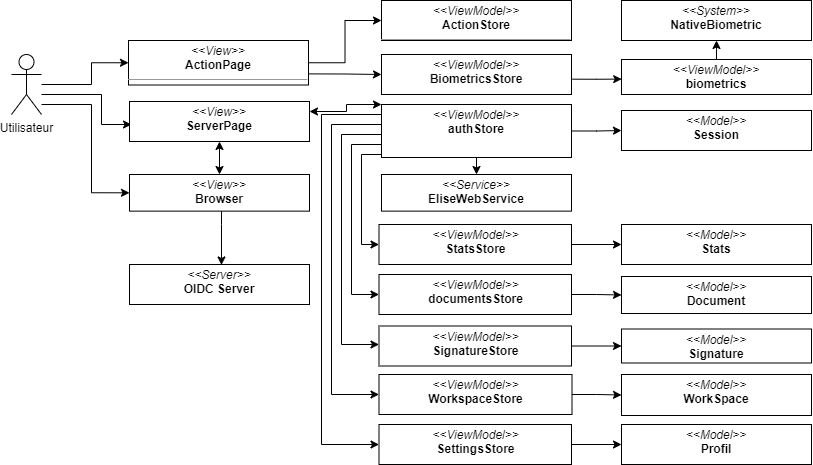
The draw.io diagram images_pfe/dca_sprint5.png in PFE-Neoledge-2023/rapport, before a commit. Source tidied: cells renumbered, new cells last; positions are measured from the earlier drawing's top-left corner, leaving out a move shared by most shapes.
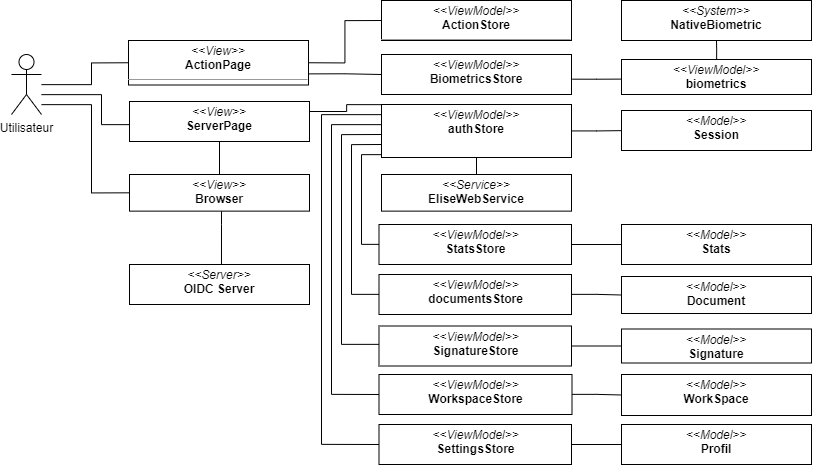
After the change.

What changed in the source:
```diff
@@ -2,7 +2,7 @@
   <root>
     <mxCell id="0" />
     <mxCell id="1" parent="0" />
-    <mxCell id="2" style="edgeStyle=orthogonalEdgeStyle;rounded=0;jettySize=auto;html=1;entryX=0.011;entryY=0.575;entryDx=0;entryDy=0;entryPerimeter=0;" parent="1" edge="1" source="5" target="8">
+    <mxCell id="2" style="edgeStyle=orthogonalEdgeStyle;rounded=0;jettySize=auto;html=1;entryX=0.011;entryY=0.575;entryDx=0;entryDy=0;entryPerimeter=0;endArrow=none;endFill=0;" parent="1" edge="1" source="5" target="8">
       <mxGeometry relative="1" as="geometry">
         <Array as="points">
           <mxPoint x="90" y="94" />
@@ -14,7 +14,7 @@
         </Array>
       </mxGeometry>
     </mxCell>
-    <mxCell id="3" style="edgeStyle=orthogonalEdgeStyle;html=1;entryX=0;entryY=0.5;entryDx=0;entryDy=0;rounded=0;" parent="1" edge="1" source="5" target="19">
+    <mxCell id="3" style="edgeStyle=orthogonalEdgeStyle;html=1;entryX=0;entryY=0.5;entryDx=0;entryDy=0;rounded=0;endArrow=none;endFill=0;" parent="1" edge="1" source="5" target="19">
       <mxGeometry relative="1" as="geometry">
         <Array as="points">
           <mxPoint x="80" y="84" />
@@ -22,7 +22,7 @@
         </Array>
       </mxGeometry>
     </mxCell>
-    <mxCell id="4" style="edgeStyle=orthogonalEdgeStyle;rounded=0;html=1;entryX=0;entryY=0.5;entryDx=0;entryDy=0;" parent="1" edge="1" source="5" target="27">
+    <mxCell id="4" style="edgeStyle=orthogonalEdgeStyle;rounded=0;html=1;entryX=0;entryY=0.5;entryDx=0;entryDy=0;endArrow=none;endFill=0;" parent="1" edge="1" source="5" target="27">
       <mxGeometry relative="1" as="geometry">
         <Array as="points">
           <mxPoint x="80" y="104" />
@@ -33,7 +33,7 @@
     <mxCell id="5" value="Utilisateur" style="shape=umlActor;verticalLabelPosition=bottom;verticalAlign=top;html=1;outlineConnect=0;" parent="1" vertex="1">
       <mxGeometry y="54" width="30" height="60" as="geometry" />
     </mxCell>
-    <mxCell id="6" style="edgeStyle=orthogonalEdgeStyle;html=1;exitX=1;exitY=0.25;exitDx=0;exitDy=0;startArrow=classic;startFill=1;endArrow=classic;endFill=1;rounded=0;" parent="1" edge="1" source="8" target="13">
+    <mxCell id="6" style="edgeStyle=orthogonalEdgeStyle;html=1;exitX=1;exitY=0.25;exitDx=0;exitDy=0;startArrow=none;startFill=0;endArrow=none;endFill=0;rounded=0;" parent="1" edge="1" source="8" target="13">
       <mxGeometry relative="1" as="geometry">
         <Array as="points">
           <mxPoint x="335" y="111" />
@@ -41,16 +41,16 @@
         </Array>
       </mxGeometry>
     </mxCell>
-    <mxCell id="7" style="edgeStyle=orthogonalEdgeStyle;rounded=0;html=1;entryX=0.5;entryY=0;entryDx=0;entryDy=0;startArrow=classic;startFill=1;" parent="1" edge="1" source="8" target="27">
+    <mxCell id="7" style="edgeStyle=orthogonalEdgeStyle;rounded=0;html=1;entryX=0.5;entryY=0;entryDx=0;entryDy=0;startArrow=none;startFill=0;endArrow=none;endFill=0;" parent="1" edge="1" source="8" target="27">
       <mxGeometry relative="1" as="geometry" />
     </mxCell>
     <mxCell id="8" value="&lt;p style=&quot;margin:0px;margin-top:4px;text-align:center;&quot;&gt;&lt;i&gt;&amp;lt;&amp;lt;View&amp;gt;&amp;gt;&lt;/i&gt;&lt;br&gt;&lt;b&gt;ServerPage&lt;/b&gt;&lt;/p&gt;&lt;p style=&quot;border-color: var(--border-color); margin: 0px 0px 0px 4px;&quot;&gt;&lt;br&gt;&lt;/p&gt;" style="verticalAlign=top;align=left;overflow=fill;fontSize=12;fontFamily=Helvetica;html=1;whiteSpace=wrap;" parent="1" vertex="1">
       <mxGeometry x="118" y="101" width="180" height="40" as="geometry" />
     </mxCell>
-    <mxCell id="9" style="edgeStyle=orthogonalEdgeStyle;rounded=0;jettySize=auto;html=1;startArrow=none;startFill=0;endArrow=classic;endFill=1;" parent="1" edge="1" source="13" target="14">
+    <mxCell id="9" style="edgeStyle=orthogonalEdgeStyle;rounded=0;jettySize=auto;html=1;startArrow=none;startFill=0;endArrow=none;endFill=0;" parent="1" edge="1" source="13" target="14">
       <mxGeometry relative="1" as="geometry" />
     </mxCell>
-    <mxCell id="10" style="edgeStyle=orthogonalEdgeStyle;html=1;startArrow=none;startFill=0;rounded=0;" parent="1" edge="1" source="13" target="42">
+    <mxCell id="10" style="edgeStyle=orthogonalEdgeStyle;html=1;startArrow=none;startFill=0;rounded=0;endArrow=none;endFill=0;" parent="1" edge="1" source="13" target="42">
       <mxGeometry relative="1" as="geometry">
         <Array as="points">
           <mxPoint x="350" y="154" />
@@ -58,7 +58,7 @@
         </Array>
       </mxGeometry>
     </mxCell>
-    <mxCell id="11" style="edgeStyle=orthogonalEdgeStyle;rounded=0;html=1;entryX=0;entryY=0.5;entryDx=0;entryDy=0;startArrow=none;startFill=0;" parent="1" edge="1" source="13" target="33">
+    <mxCell id="11" style="edgeStyle=orthogonalEdgeStyle;rounded=0;html=1;entryX=0;entryY=0.5;entryDx=0;entryDy=0;startArrow=none;startFill=0;endArrow=none;endFill=0;" parent="1" edge="1" source="13" target="33">
       <mxGeometry relative="1" as="geometry">
         <Array as="points">
           <mxPoint x="320" y="124" />
@@ -66,7 +66,7 @@
         </Array>
       </mxGeometry>
     </mxCell>
-    <mxCell id="12" style="edgeStyle=orthogonalEdgeStyle;rounded=0;html=1;entryX=0;entryY=0.5;entryDx=0;entryDy=0;startArrow=none;startFill=0;" parent="1" edge="1" source="13" target="30">
+    <mxCell id="12" style="edgeStyle=orthogonalEdgeStyle;rounded=0;html=1;entryX=0;entryY=0.5;entryDx=0;entryDy=0;startArrow=none;startFill=0;endArrow=none;endFill=0;" parent="1" edge="1" source="13" target="30">
       <mxGeometry relative="1" as="geometry">
         <Array as="points">
           <mxPoint x="310" y="114" />
@@ -80,7 +80,7 @@
     <mxCell id="14" value="&lt;p style=&quot;margin:0px;margin-top:4px;text-align:center;&quot;&gt;&lt;i&gt;&amp;lt;&amp;lt;Model&amp;gt;&amp;gt;&lt;/i&gt;&lt;br&gt;&lt;b&gt;Session&lt;/b&gt;&lt;/p&gt;&lt;p style=&quot;margin:0px;margin-left:4px;&quot;&gt;&lt;br&gt;&lt;/p&gt;&lt;p style=&quot;margin:0px;margin-left:4px;&quot;&gt;&lt;br&gt;&lt;/p&gt;" style="verticalAlign=top;align=left;overflow=fill;fontSize=12;fontFamily=Helvetica;html=1;whiteSpace=wrap;" parent="1" vertex="1">
       <mxGeometry x="610" y="110" width="190" height="40" as="geometry" />
     </mxCell>
-    <mxCell id="15" style="edgeStyle=orthogonalEdgeStyle;rounded=0;jettySize=auto;html=1;entryX=0.5;entryY=1;entryDx=0;entryDy=0;startArrow=classic;startFill=1;endArrow=none;endFill=0;" parent="1" edge="1" source="16" target="13">
+    <mxCell id="15" style="edgeStyle=orthogonalEdgeStyle;rounded=0;jettySize=auto;html=1;entryX=0.5;entryY=1;entryDx=0;entryDy=0;startArrow=none;startFill=0;endArrow=none;endFill=0;" parent="1" edge="1" source="16" target="13">
       <mxGeometry relative="1" as="geometry">
         <Array as="points">
           <mxPoint x="465" y="174" />
@@ -91,10 +91,10 @@
     <mxCell id="16" value="&lt;p style=&quot;margin:0px;margin-top:4px;text-align:center;&quot;&gt;&lt;i&gt;&amp;lt;&amp;lt;Service&amp;gt;&amp;gt;&lt;/i&gt;&lt;br&gt;&lt;b&gt;EliseWebService&lt;/b&gt;&lt;/p&gt;&lt;p style=&quot;margin:0px;margin-left:4px;&quot;&gt;&lt;br&gt;&lt;/p&gt;" style="verticalAlign=top;align=left;overflow=fill;fontSize=12;fontFamily=Helvetica;html=1;whiteSpace=wrap;" parent="1" vertex="1">
       <mxGeometry x="370" y="174" width="190" height="36.6" as="geometry" />
     </mxCell>
-    <mxCell id="17" style="edgeStyle=orthogonalEdgeStyle;html=1;exitX=1;exitY=0.5;exitDx=0;exitDy=0;entryX=0;entryY=0.5;entryDx=0;entryDy=0;rounded=0;" parent="1" edge="1" source="19" target="20">
+    <mxCell id="17" style="edgeStyle=orthogonalEdgeStyle;html=1;exitX=1;exitY=0.5;exitDx=0;exitDy=0;entryX=0;entryY=0.5;entryDx=0;entryDy=0;rounded=0;endArrow=none;endFill=0;" parent="1" edge="1" source="19" target="20">
       <mxGeometry relative="1" as="geometry" />
     </mxCell>
-    <mxCell id="18" style="edgeStyle=orthogonalEdgeStyle;html=1;entryX=0;entryY=0.5;entryDx=0;entryDy=0;exitX=1;exitY=0.75;exitDx=0;exitDy=0;rounded=0;" parent="1" edge="1" source="19" target="22">
+    <mxCell id="18" style="edgeStyle=orthogonalEdgeStyle;html=1;entryX=0;entryY=0.5;entryDx=0;entryDy=0;exitX=1;exitY=0.75;exitDx=0;exitDy=0;rounded=0;endArrow=none;endFill=0;" parent="1" edge="1" source="19" target="22">
       <mxGeometry relative="1" as="geometry" />
     </mxCell>
     <mxCell id="19" value="&lt;p style=&quot;margin:0px;margin-top:4px;text-align:center;&quot;&gt;&lt;i&gt;&amp;lt;&amp;lt;View&amp;gt;&amp;gt;&lt;/i&gt;&lt;br&gt;&lt;b&gt;ActionPage&lt;/b&gt;&lt;/p&gt;&lt;hr style=&quot;border-color: var(--border-color);&quot; size=&quot;1&quot;&gt;&lt;p style=&quot;border-color: var(--border-color); margin: 0px 0px 0px 4px;&quot;&gt;&lt;br&gt;&lt;/p&gt;" style="verticalAlign=top;align=left;overflow=fill;fontSize=12;fontFamily=Helvetica;html=1;whiteSpace=wrap;" parent="1" vertex="1">
@@ -103,13 +103,13 @@
     <mxCell id="20" value="&lt;p style=&quot;margin:0px;margin-top:4px;text-align:center;&quot;&gt;&lt;i&gt;&amp;lt;&amp;lt;ViewModel&amp;gt;&amp;gt;&lt;/i&gt;&lt;br&gt;&lt;b&gt;ActionStore&lt;/b&gt;&lt;/p&gt;&lt;hr size=&quot;1&quot;&gt;&lt;p style=&quot;margin:0px;margin-left:4px;&quot;&gt;&lt;/p&gt;&lt;p style=&quot;margin:0px;margin-left:4px;&quot;&gt;&lt;br&gt;&lt;/p&gt;" style="verticalAlign=top;align=left;overflow=fill;fontSize=12;fontFamily=Helvetica;html=1;whiteSpace=wrap;" parent="1" vertex="1">
       <mxGeometry x="370" width="190" height="40" as="geometry" />
     </mxCell>
-    <mxCell id="21" style="edgeStyle=orthogonalEdgeStyle;rounded=0;html=1;entryX=0.001;entryY=0.56;entryDx=0;entryDy=0;exitX=1.005;exitY=0.617;exitDx=0;exitDy=0;exitPerimeter=0;entryPerimeter=0;" parent="1" edge="1" source="22" target="24">
+    <mxCell id="21" style="edgeStyle=orthogonalEdgeStyle;rounded=0;html=1;entryX=0.001;entryY=0.56;entryDx=0;entryDy=0;exitX=1.005;exitY=0.617;exitDx=0;exitDy=0;exitPerimeter=0;entryPerimeter=0;endArrow=none;endFill=0;" parent="1" edge="1" source="22" target="24">
       <mxGeometry relative="1" as="geometry" />
     </mxCell>
     <mxCell id="22" value="&lt;p style=&quot;margin:0px;margin-top:4px;text-align:center;&quot;&gt;&lt;i&gt;&amp;lt;&amp;lt;ViewModel&amp;gt;&amp;gt;&lt;/i&gt;&lt;br&gt;&lt;b&gt;BiometricsStore&lt;/b&gt;&lt;/p&gt;&lt;p style=&quot;margin:0px;margin-left:4px;&quot;&gt;&lt;br&gt;&lt;/p&gt;" style="verticalAlign=top;align=left;overflow=fill;fontSize=12;fontFamily=Helvetica;html=1;whiteSpace=wrap;" parent="1" vertex="1">
       <mxGeometry x="370" y="54" width="190" height="40" as="geometry" />
     </mxCell>
-    <mxCell id="23" style="edgeStyle=orthogonalEdgeStyle;rounded=0;html=1;entryX=0.5;entryY=1;entryDx=0;entryDy=0;" parent="1" edge="1" source="24" target="25">
+    <mxCell id="23" style="edgeStyle=orthogonalEdgeStyle;rounded=0;html=1;entryX=0.5;entryY=1;entryDx=0;entryDy=0;endArrow=none;endFill=0;" parent="1" edge="1" source="24" target="25">
       <mxGeometry relative="1" as="geometry" />
     </mxCell>
     <mxCell id="24" value="&lt;p style=&quot;margin:0px;margin-top:4px;text-align:center;&quot;&gt;&lt;i&gt;&amp;lt;&amp;lt;ViewModel&amp;gt;&amp;gt;&lt;/i&gt;&lt;br&gt;&lt;b&gt;biometrics&lt;/b&gt;&lt;/p&gt;&lt;p style=&quot;margin:0px;margin-left:4px;&quot;&gt;&lt;br&gt;&lt;/p&gt;" style="verticalAlign=top;align=left;overflow=fill;fontSize=12;fontFamily=Helvetica;html=1;whiteSpace=wrap;" parent="1" vertex="1">
@@ -118,7 +118,7 @@
     <mxCell id="25" value="&lt;p style=&quot;margin:0px;margin-top:4px;text-align:center;&quot;&gt;&lt;i&gt;&amp;lt;&amp;lt;System&amp;gt;&amp;gt;&lt;/i&gt;&lt;br&gt;&lt;b&gt;NativeBiometric&lt;/b&gt;&lt;/p&gt;&lt;p style=&quot;margin:0px;margin-left:4px;&quot;&gt;&lt;br&gt;&lt;/p&gt;" style="verticalAlign=top;align=left;overflow=fill;fontSize=12;fontFamily=Helvetica;html=1;whiteSpace=wrap;" parent="1" vertex="1">
       <mxGeometry x="610" width="190" height="40" as="geometry" />
     </mxCell>
-    <mxCell id="26" style="edgeStyle=orthogonalEdgeStyle;rounded=0;html=1;entryX=0.511;entryY=0.012;entryDx=0;entryDy=0;entryPerimeter=0;" parent="1" edge="1" source="27" target="28">
+    <mxCell id="26" style="edgeStyle=orthogonalEdgeStyle;rounded=0;html=1;entryX=0.511;entryY=0.012;entryDx=0;entryDy=0;entryPerimeter=0;endArrow=none;endFill=0;" parent="1" edge="1" source="27" target="28">
       <mxGeometry relative="1" as="geometry">
         <Array as="points">
           <mxPoint x="210" y="224" />
@@ -132,7 +132,7 @@
     <mxCell id="28" value="&lt;p style=&quot;margin:0px;margin-top:4px;text-align:center;&quot;&gt;&lt;i&gt;&amp;lt;&amp;lt;Server&amp;gt;&amp;gt;&lt;/i&gt;&lt;br&gt;&lt;b&gt;OIDC Server&lt;/b&gt;&lt;/p&gt;&lt;p style=&quot;margin:0px;margin-left:4px;&quot;&gt;&lt;br&gt;&lt;/p&gt;" style="verticalAlign=top;align=left;overflow=fill;fontSize=12;fontFamily=Helvetica;html=1;whiteSpace=wrap;" parent="1" vertex="1">
       <mxGeometry x="118" y="264" width="180" height="40" as="geometry" />
     </mxCell>
-    <mxCell id="29" style="edgeStyle=orthogonalEdgeStyle;html=1;rounded=0;" parent="1" edge="1" source="30" target="31">
+    <mxCell id="29" style="edgeStyle=orthogonalEdgeStyle;html=1;rounded=0;endArrow=none;endFill=0;" parent="1" edge="1" source="30" target="31">
       <mxGeometry relative="1" as="geometry" />
     </mxCell>
     <mxCell id="30" value="&lt;p style=&quot;margin:0px;margin-top:4px;text-align:center;&quot;&gt;&lt;i&gt;&amp;lt;&amp;lt;ViewModel&amp;gt;&amp;gt;&lt;/i&gt;&lt;br&gt;&lt;b&gt;SettingsStore&lt;/b&gt;&lt;/p&gt;" style="verticalAlign=top;align=left;overflow=fill;fontSize=12;fontFamily=Helvetica;html=1;whiteSpace=wrap;" parent="1" vertex="1">
@@ -141,7 +141,7 @@
     <mxCell id="31" value="&lt;p style=&quot;margin:0px;margin-top:4px;text-align:center;&quot;&gt;&lt;i&gt;&amp;lt;&amp;lt;Model&amp;gt;&amp;gt;&lt;/i&gt;&lt;br&gt;&lt;b&gt;Profil&lt;/b&gt;&lt;/p&gt;&lt;p style=&quot;margin:0px;margin-left:4px;&quot;&gt;&lt;br&gt;&lt;/p&gt;" style="verticalAlign=top;align=left;overflow=fill;fontSize=12;fontFamily=Helvetica;html=1;whiteSpace=wrap;" parent="1" vertex="1">
       <mxGeometry x="610" y="424" width="190" height="40" as="geometry" />
     </mxCell>
-    <mxCell id="32" style="edgeStyle=orthogonalEdgeStyle;rounded=0;html=1;entryX=0;entryY=0.5;entryDx=0;entryDy=0;" parent="1" edge="1" source="33" target="34">
+    <mxCell id="32" style="edgeStyle=orthogonalEdgeStyle;rounded=0;html=1;entryX=0;entryY=0.5;entryDx=0;entryDy=0;endArrow=none;endFill=0;" parent="1" edge="1" source="33" target="34">
       <mxGeometry relative="1" as="geometry" />
     </mxCell>
     <mxCell id="33" value="&lt;p style=&quot;margin:0px;margin-top:4px;text-align:center;&quot;&gt;&lt;i&gt;&amp;lt;&amp;lt;ViewModel&amp;gt;&amp;gt;&lt;/i&gt;&lt;br&gt;&lt;b&gt;WorkspaceStore&lt;/b&gt;&lt;br&gt;&lt;/p&gt;&lt;p style=&quot;margin:0px;margin-left:4px;&quot;&gt;&lt;br&gt;&lt;/p&gt;" style="verticalAlign=top;align=left;overflow=fill;fontSize=12;fontFamily=Helvetica;html=1;whiteSpace=wrap;" parent="1" vertex="1">
@@ -150,10 +150,10 @@
     <mxCell id="34" value="&lt;p style=&quot;margin:0px;margin-top:4px;text-align:center;&quot;&gt;&lt;i&gt;&amp;lt;&amp;lt;Model&amp;gt;&amp;gt;&lt;/i&gt;&lt;br&gt;&lt;b&gt;WorkSpace&lt;/b&gt;&lt;/p&gt;" style="verticalAlign=top;align=left;overflow=fill;fontSize=12;fontFamily=Helvetica;html=1;whiteSpace=wrap;" parent="1" vertex="1">
       <mxGeometry x="610" y="374" width="190" height="41" as="geometry" />
     </mxCell>
-    <mxCell id="35" style="edgeStyle=orthogonalEdgeStyle;html=1;entryX=0;entryY=0.5;entryDx=0;entryDy=0;rounded=0;" parent="1" edge="1" source="37" target="44">
+    <mxCell id="35" style="edgeStyle=orthogonalEdgeStyle;html=1;entryX=0;entryY=0.5;entryDx=0;entryDy=0;rounded=0;endArrow=none;endFill=0;" parent="1" edge="1" source="37" target="44">
       <mxGeometry relative="1" as="geometry" />
     </mxCell>
-    <mxCell id="36" style="edgeStyle=orthogonalEdgeStyle;html=1;startArrow=classic;startFill=1;rounded=0;endArrow=none;endFill=0;" parent="1" edge="1" source="37">
+    <mxCell id="36" style="edgeStyle=orthogonalEdgeStyle;html=1;startArrow=none;startFill=0;rounded=0;endArrow=none;endFill=0;" parent="1" edge="1" source="37">
       <mxGeometry relative="1" as="geometry">
         <mxPoint x="370" y="134" as="targetPoint" />
         <Array as="points">
@@ -165,10 +165,10 @@
     <mxCell id="37" value="&lt;p style=&quot;margin:0px;margin-top:4px;text-align:center;&quot;&gt;&lt;i&gt;&amp;lt;&amp;lt;ViewModel&amp;gt;&amp;gt;&lt;/i&gt;&lt;br&gt;&lt;b&gt;SignatureStore&lt;/b&gt;&lt;/p&gt;" style="verticalAlign=top;align=left;overflow=fill;fontSize=12;fontFamily=Helvetica;html=1;whiteSpace=wrap;" parent="1" vertex="1">
       <mxGeometry x="367.5" y="325.5" width="192.5" height="40" as="geometry" />
     </mxCell>
-    <mxCell id="38" style="edgeStyle=orthogonalEdgeStyle;html=1;entryX=0;entryY=0.5;entryDx=0;entryDy=0;rounded=0;" parent="1" edge="1" source="40" target="45">
+    <mxCell id="38" style="edgeStyle=orthogonalEdgeStyle;html=1;entryX=0;entryY=0.5;entryDx=0;entryDy=0;rounded=0;endArrow=none;endFill=0;" parent="1" edge="1" source="40" target="45">
       <mxGeometry relative="1" as="geometry" />
     </mxCell>
-    <mxCell id="39" style="edgeStyle=orthogonalEdgeStyle;html=1;startArrow=classic;startFill=1;rounded=0;endArrow=none;endFill=0;" parent="1" edge="1" source="40">
+    <mxCell id="39" style="edgeStyle=orthogonalEdgeStyle;html=1;startArrow=none;startFill=0;rounded=0;endArrow=none;endFill=0;" parent="1" edge="1" source="40">
       <mxGeometry relative="1" as="geometry">
         <mxPoint x="370" y="144" as="targetPoint" />
         <Array as="points">
@@ -180,7 +180,7 @@
     <mxCell id="40" value="&lt;p style=&quot;margin:0px;margin-top:4px;text-align:center;&quot;&gt;&lt;i&gt;&amp;lt;&amp;lt;ViewModel&amp;gt;&amp;gt;&lt;/i&gt;&lt;br&gt;&lt;b&gt;documentsStore&lt;/b&gt;&lt;/p&gt;" style="verticalAlign=top;align=left;overflow=fill;fontSize=12;fontFamily=Helvetica;html=1;whiteSpace=wrap;" parent="1" vertex="1">
       <mxGeometry x="367.5" y="274" width="192.5" height="40" as="geometry" />
     </mxCell>
-    <mxCell id="41" style="edgeStyle=orthogonalEdgeStyle;html=1;rounded=0;" parent="1" edge="1" source="42" target="43">
+    <mxCell id="41" style="edgeStyle=orthogonalEdgeStyle;html=1;rounded=0;endArrow=none;endFill=0;" parent="1" edge="1" source="42" target="43">
       <mxGeometry relative="1" as="geometry" />
     </mxCell>
     <mxCell id="42" value="&lt;p style=&quot;margin:0px;margin-top:4px;text-align:center;&quot;&gt;&lt;i&gt;&amp;lt;&amp;lt;ViewModel&amp;gt;&amp;gt;&lt;/i&gt;&lt;br&gt;&lt;b&gt;StatsStore&lt;/b&gt;&lt;/p&gt;" style="verticalAlign=top;align=left;overflow=fill;fontSize=12;fontFamily=Helvetica;html=1;whiteSpace=wrap;" parent="1" vertex="1">
```
